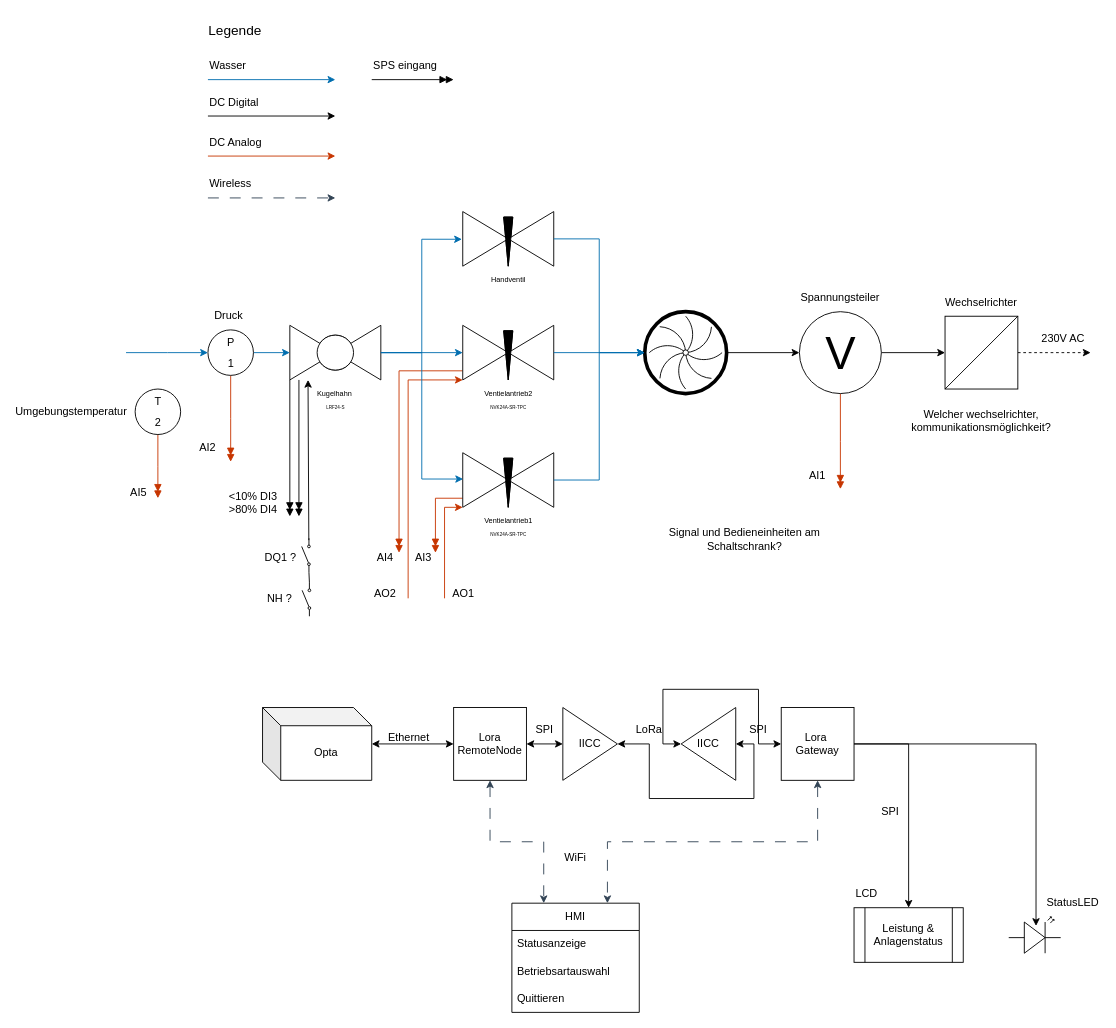
Benedikt00/MicroHydro keeps this draw.io diagram as Verbindungsdiagramm.drawio. Above is the earlier version. Source tidied: cells renumbered, new cells numbered last; positions are measured from the earlier drawing's top-left corner, leaving out a move shared by most shapes. Both pictures are drawn from the tidied source at 91%, with x=0, y=0 at pixel (44, 15).
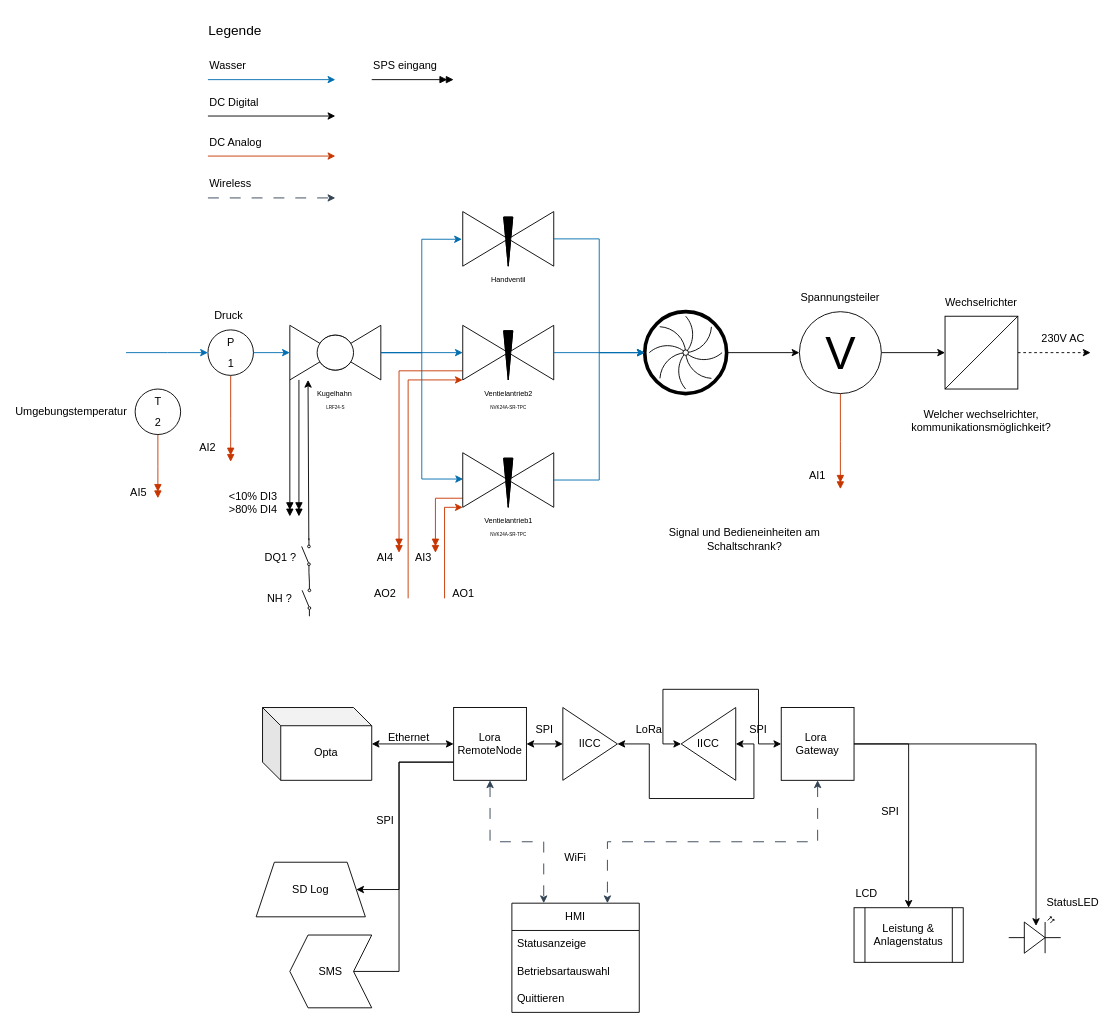
After the change.

The change refers to these unchanged cells:
```xml
<mxCell id="48" value="Lora RemoteNode" style="whiteSpace=wrap;html=1;" parent="1" vertex="1">
  <mxGeometry x="450" y="760" width="80" height="80" as="geometry" />
</mxCell>
```

Diff of the diagram source:
```diff
@@
+    <mxCell id="91" style="edgeStyle=orthogonalEdgeStyle;rounded=0;jettySize=auto;html=1;entryX=1;entryY=0.5;entryDx=0;entryDy=0;" parent="1" edge="1" source="48" target="93">
+      <mxGeometry relative="1" as="geometry">
+        <Array as="points">
+          <mxPoint x="390" y="820" />
+          <mxPoint x="390" y="960" />
+        </Array>
+      </mxGeometry>
+    </mxCell>
+    <mxCell id="92" style="edgeStyle=orthogonalEdgeStyle;rounded=0;jettySize=auto;html=1;entryX=0;entryY=0.5;entryDx=0;entryDy=0;" parent="1" edge="1" source="48" target="95">
+      <mxGeometry relative="1" as="geometry">
+        <Array as="points">
+          <mxPoint x="390" y="820" />
+          <mxPoint x="390" y="1050" />
+        </Array>
+      </mxGeometry>
+    </mxCell>
@@
+    <mxCell id="93" value="SD Log" style="shape=trapezoid;perimeter=trapezoidPerimeter;whiteSpace=wrap;html=1;fixedSize=1;" parent="1" vertex="1">
+      <mxGeometry x="233" y="930" width="120" height="60" as="geometry" />
+    </mxCell>
+    <mxCell id="94" value="SPI" style="text;html=1;whiteSpace=wrap;strokeColor=none;fillColor=none;align=center;verticalAlign=middle;rounded=0;" parent="1" vertex="1">
+      <mxGeometry x="345" y="870" width="60" height="30" as="geometry" />
+    </mxCell>
+    <mxCell id="95" value="SMS" style="shape=step;perimeter=stepPerimeter;whiteSpace=wrap;html=1;fixedSize=1;flipH=1;legacyAnchorPoints=0;" parent="1" vertex="1">
+      <mxGeometry x="270" y="1010" width="90" height="80" as="geometry" />
+    </mxCell>
```
